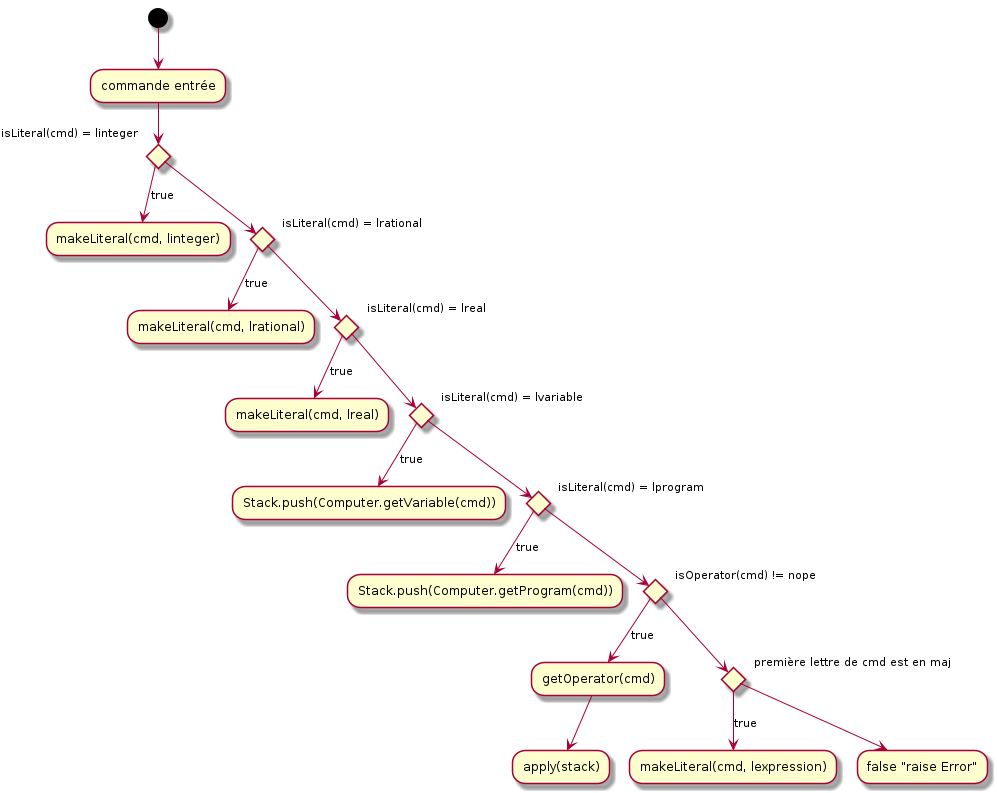
pltheoclement/LO21 keeps this PlantUML diagram as UML/activiteTraitementCommande.png. Above is the earlier version.
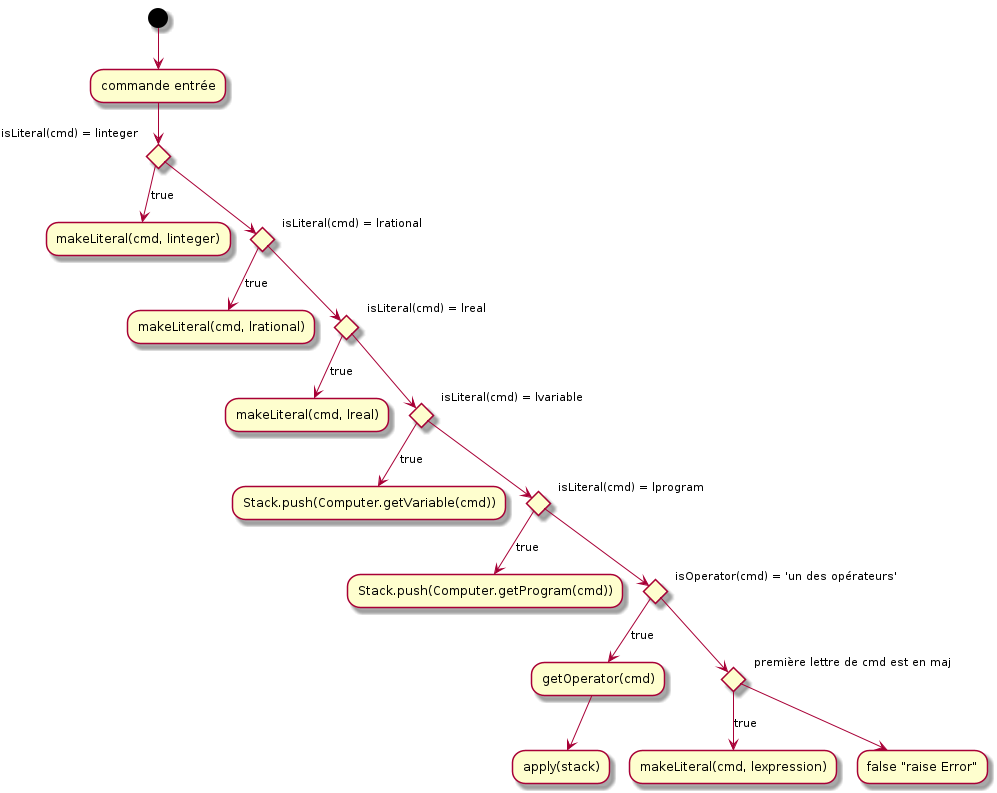
After the commit.

Commit message:
changement mineur

Diff of the diagram source:
```diff
@@ -15,7 +15,7 @@
         if "isLiteral(cmd) = lprogram" then
           -->[true] "Stack.push(Computer.getProgram(cmd))"
         else
-          if "isOperator(cmd) != nope" then
+          if "isOperator(cmd) = 'un des opérateurs'" then
             -->[true] "getOperator(cmd)"
             --> apply(stack)
           else
```
